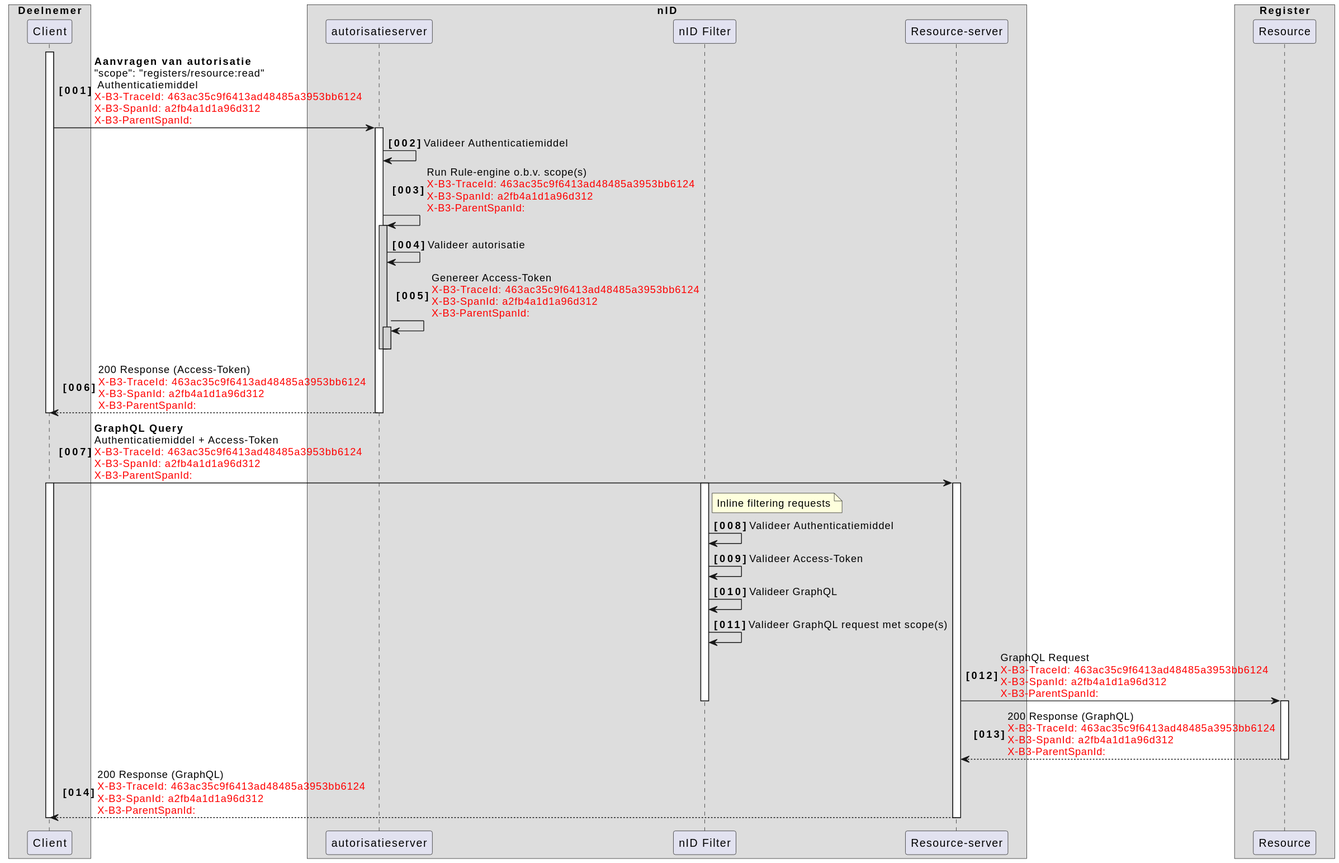
Above: plantUMLsrc/rfc0019-01-voorbeeld_flow.svg in iStandaarden/iWlz-RequestForComment (PlantUML), before the change.
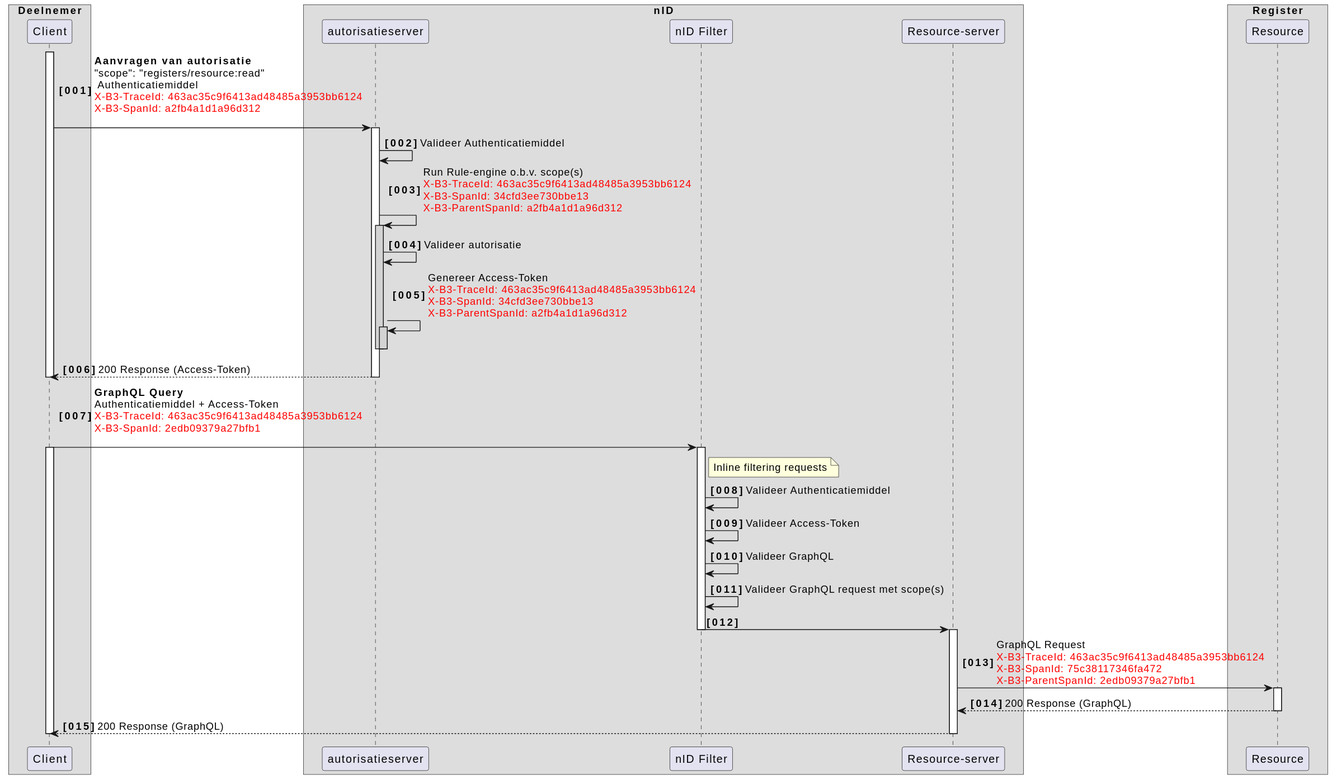
Above is the later version.

Commit message:
flow voor tracing aangepast

What changed in the source:
```diff
@@ -19,22 +19,22 @@
 
 autonumber "<b>[000]"
 activate Client
-    Client -> AuthzServer: **Aanvragen van autorisatie**\n"scope": "registers/resource:read"\n Authenticatiemiddel\n<font color=red>X-B3-TraceId: 463ac35c9f6413ad48485a3953bb6124\n<font color=red>X-B3-SpanId: a2fb4a1d1a96d312\n<font color=red>X-B3-ParentSpanId:
+    Client -> AuthzServer: **Aanvragen van autorisatie**\n"scope": "registers/resource:read"\n Authenticatiemiddel\n<font color=red>X-B3-TraceId: 463ac35c9f6413ad48485a3953bb6124\n<font color=red>X-B3-SpanId: a2fb4a1d1a96d312\n<font color=red>
     activate AuthzServer
         AuthzServer -> AuthzServer: Valideer Authenticatiemiddel
-        AuthzServer -> AuthzServer: Run Rule-engine o.b.v. scope(s)\n<font color=red>X-B3-TraceId: 463ac35c9f6413ad48485a3953bb6124\n<font color=red>X-B3-SpanId: a2fb4a1d1a96d312\n<font color=red>X-B3-ParentSpanId:
+        AuthzServer -> AuthzServer: Run Rule-engine o.b.v. scope(s)\n<font color=red>X-B3-TraceId: 463ac35c9f6413ad48485a3953bb6124\n<font color=red>X-B3-SpanId: 34cfd3ee730bbe13\n<font color=red>X-B3-ParentSpanId: a2fb4a1d1a96d312
         activate AuthzServer #LightGray
             AuthzServer -> AuthzServer: Valideer autorisatie
-            AuthzServer -> AuthzServer: Genereer Access-Token\n<font color=red>X-B3-TraceId: 463ac35c9f6413ad48485a3953bb6124\n<font color=red>X-B3-SpanId: a2fb4a1d1a96d312\n<font color=red>X-B3-ParentSpanId:
+            AuthzServer -> AuthzServer: Genereer Access-Token\n<font color=red>X-B3-TraceId: 463ac35c9f6413ad48485a3953bb6124\n<font color=red>X-B3-SpanId: 34cfd3ee730bbe13\n<font color=red>X-B3-ParentSpanId: a2fb4a1d1a96d312
             activate AuthzServer #LightGray
             deactivate AuthzServer
         deactivate AuthzServer
-        AuthzServer --> Client --: 200 Response (Access-Token)\n<font color=red>X-B3-TraceId: 463ac35c9f6413ad48485a3953bb6124\n<font color=red>X-B3-SpanId: a2fb4a1d1a96d312\n<font color=red>X-B3-ParentSpanId:
+        AuthzServer --> Client --: 200 Response (Access-Token)
     deactivate AuthzServer
 deactivate Client
 
-Client -> nIDResourceServer: **GraphQL Query**\nAuthenticatiemiddel + Access-Token\n<font color=red>X-B3-TraceId: 463ac35c9f6413ad48485a3953bb6124\n<font color=red>X-B3-SpanId: a2fb4a1d1a96d312\n<font color=red>X-B3-ParentSpanId:
-activate nIDResourceServer
+Client -> Filter: **GraphQL Query**\nAuthenticatiemiddel + Access-Token\n<font color=red>X-B3-TraceId: 463ac35c9f6413ad48485a3953bb6124\n<font color=red>X-B3-SpanId: 2edb09379a27bfb1\n<font color=red>
+
 activate Filter
 note right of Filter: Inline filtering requests
 activate Client
@@ -43,14 +43,19 @@
 Filter -> Filter: Valideer GraphQL
 Filter -> Filter: Valideer GraphQL request met scope(s)
 
-nIDResourceServer -> BEMRegister: GraphQL Request\n<font color=red>X-B3-TraceId: 463ac35c9f6413ad48485a3953bb6124\n<font color=red>X-B3-SpanId: a2fb4a1d1a96d312\n<font color=red>X-B3-ParentSpanId:
+
+Filter -> nIDResourceServer
 deactivate Filter
+
+
+activate nIDResourceServer
+nIDResourceServer -> BEMRegister: GraphQL Request\n<font color=red>X-B3-TraceId: 463ac35c9f6413ad48485a3953bb6124\n<font color=red>X-B3-SpanId: 75c38117346fa472\n<font color=red>X-B3-ParentSpanId: 2edb09379a27bfb1
 activate BEMRegister
 
-BEMRegister --> nIDResourceServer: 200 Response (GraphQL)\n<font color=red>X-B3-TraceId: 463ac35c9f6413ad48485a3953bb6124\n<font color=red>X-B3-SpanId: a2fb4a1d1a96d312\n<font color=red>X-B3-ParentSpanId:
+BEMRegister --> nIDResourceServer: 200 Response (GraphQL)
 deactivate BEMRegister
 
-nIDResourceServer --> Client: 200 Response (GraphQL)\n<font color=red>X-B3-TraceId: 463ac35c9f6413ad48485a3953bb6124\n<font color=red>X-B3-SpanId: a2fb4a1d1a96d312\n<font color=red>X-B3-ParentSpanId:
+nIDResourceServer --> Client: 200 Response (GraphQL)
 deactivate nIDResourceServer
 
 deactivate Client
```
